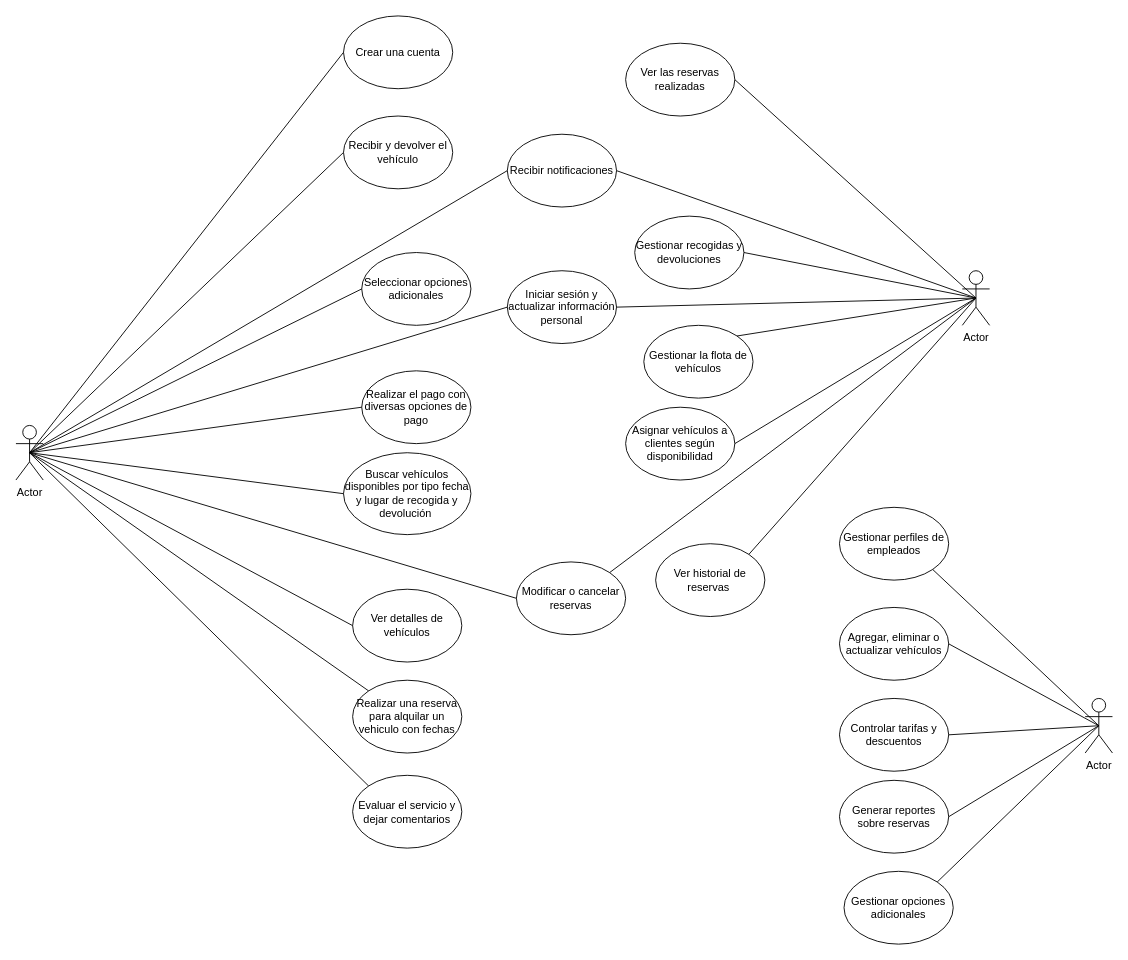
The draw.io diagram Caso de uso 3.drawio in Ash-code12/casos-de-uso, before the edit. Source tidied: cells renumbered, new cells numbered last; positions are measured from the earlier drawing's top-left corner, leaving out a move shared by most shapes. Both pictures are drawn from the tidied source at 91%, with x=0, y=0 at pixel (15, 15).
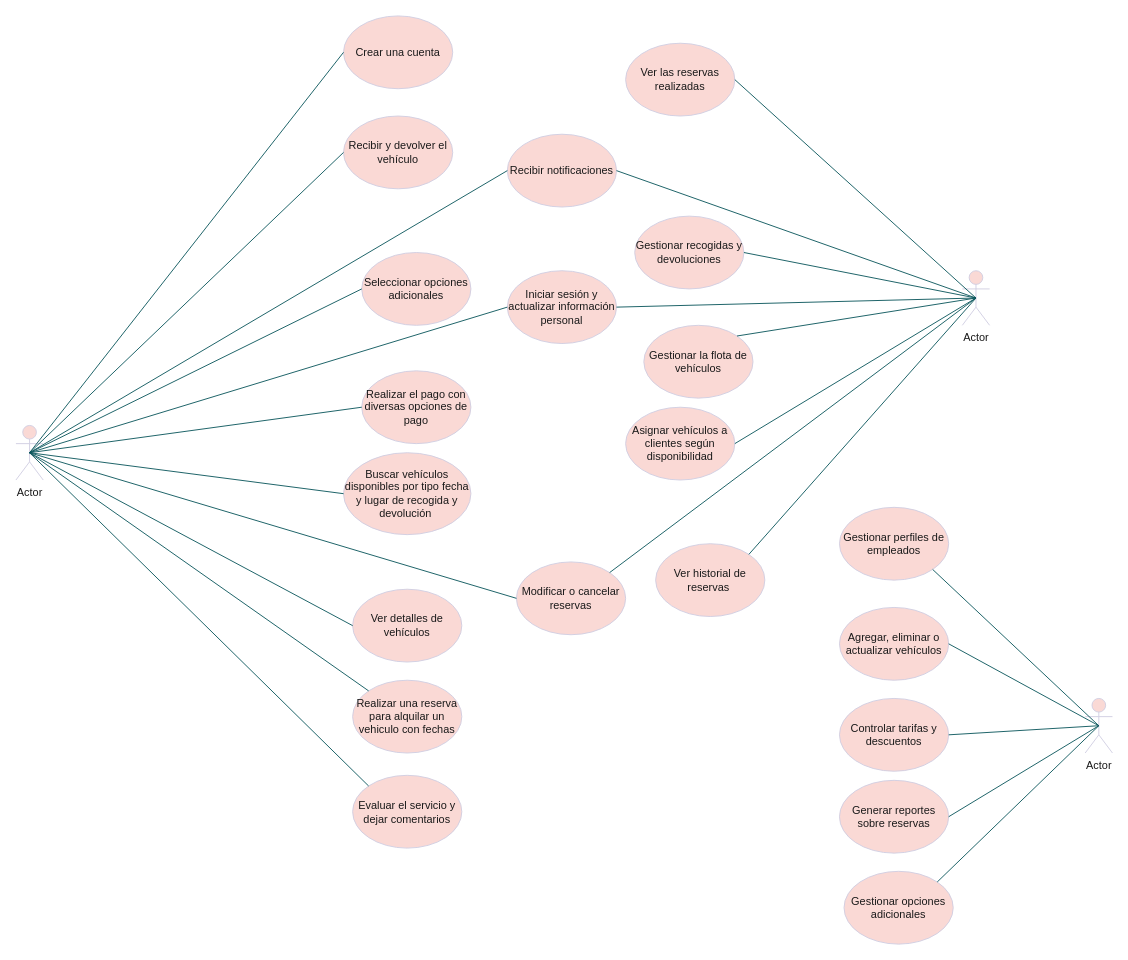
Above is the later version.

Commit message:
Actualizar Caso de uso 3.3.drawio

Change to the diagram source:
```diff
@@
-    <mxCell id="2" value="Actor" style="shape=umlActor;verticalLabelPosition=bottom;verticalAlign=top;html=1;outlineConnect=0;" parent="1" vertex="1">
+    <mxCell id="2" value="Actor" style="shape=umlActor;verticalLabelPosition=bottom;verticalAlign=top;html=1;outlineConnect=0;labelBackgroundColor=none;fillColor=#FAD9D5;strokeColor=#D0CEE2;fontColor=#1A1A1A;" parent="1" vertex="1">
       <mxGeometry y="450" width="30" height="60" as="geometry" />
     </mxCell>
-    <mxCell id="3" value="Actor" style="shape=umlActor;verticalLabelPosition=bottom;verticalAlign=top;html=1;outlineConnect=0;" parent="1" vertex="1">
+    <mxCell id="3" value="Actor" style="shape=umlActor;verticalLabelPosition=bottom;verticalAlign=top;html=1;outlineConnect=0;labelBackgroundColor=none;fillColor=#FAD9D5;strokeColor=#D0CEE2;fontColor=#1A1A1A;" parent="1" vertex="1">
       <mxGeometry x="1040" y="280" width="30" height="60" as="geometry" />
     </mxCell>
-    <mxCell id="4" value="Actor" style="shape=umlActor;verticalLabelPosition=bottom;verticalAlign=top;html=1;outlineConnect=0;" parent="1" vertex="1">
+    <mxCell id="4" value="Actor" style="shape=umlActor;verticalLabelPosition=bottom;verticalAlign=top;html=1;outlineConnect=0;labelBackgroundColor=none;fillColor=#FAD9D5;strokeColor=#D0CEE2;fontColor=#1A1A1A;" parent="1" vertex="1">
       <mxGeometry x="1175" y="750" width="30" height="60" as="geometry" />
     </mxCell>
-    <mxCell id="5" value="Crear una cuenta" style="ellipse;whiteSpace=wrap;html=1;" parent="1" vertex="1">
+    <mxCell id="5" value="Crear una cuenta" style="ellipse;whiteSpace=wrap;html=1;labelBackgroundColor=none;fillColor=#FAD9D5;strokeColor=#D0CEE2;fontColor=#1A1A1A;" parent="1" vertex="1">
       <mxGeometry x="360" width="120" height="80" as="geometry" />
     </mxCell>
-    <mxCell id="6" value="Iniciar sesión y actualizar información personal" style="ellipse;whiteSpace=wrap;html=1;" parent="1" vertex="1">
+    <mxCell id="6" value="Iniciar sesión y actualizar información personal" style="ellipse;whiteSpace=wrap;html=1;labelBackgroundColor=none;fillColor=#FAD9D5;strokeColor=#D0CEE2;fontColor=#1A1A1A;" parent="1" vertex="1">
       <mxGeometry x="540" y="280" width="120" height="80" as="geometry" />
     </mxCell>
-    <mxCell id="7" value="Buscar vehículos disponibles por tipo fecha y lugar de recogida y devolución&amp;nbsp;" style="ellipse;whiteSpace=wrap;html=1;" parent="1" vertex="1">
+    <mxCell id="7" value="Buscar vehículos disponibles por tipo fecha y lugar de recogida y devolución&amp;nbsp;" style="ellipse;whiteSpace=wrap;html=1;labelBackgroundColor=none;fillColor=#FAD9D5;strokeColor=#D0CEE2;fontColor=#1A1A1A;" parent="1" vertex="1">
       <mxGeometry x="360" y="480" width="140" height="90" as="geometry" />
     </mxCell>
-    <mxCell id="8" value="Ver detalles de vehículos" style="ellipse;whiteSpace=wrap;html=1;" parent="1" vertex="1">
+    <mxCell id="8" value="Ver detalles de vehículos" style="ellipse;whiteSpace=wrap;html=1;labelBackgroundColor=none;fillColor=#FAD9D5;strokeColor=#D0CEE2;fontColor=#1A1A1A;" parent="1" vertex="1">
       <mxGeometry x="370" y="630" width="120" height="80" as="geometry" />
     </mxCell>
-    <mxCell id="9" value="Recibir notificaciones" style="ellipse;whiteSpace=wrap;html=1;" parent="1" vertex="1">
+    <mxCell id="9" value="Recibir notificaciones" style="ellipse;whiteSpace=wrap;html=1;labelBackgroundColor=none;fillColor=#FAD9D5;strokeColor=#D0CEE2;fontColor=#1A1A1A;" parent="1" vertex="1">
       <mxGeometry x="540" y="130" width="120" height="80" as="geometry" />
     </mxCell>
-    <mxCell id="10" value="Realizar el pago con diversas opciones de pago" style="ellipse;whiteSpace=wrap;html=1;" parent="1" vertex="1">
+    <mxCell id="10" value="Realizar el pago con diversas opciones de pago" style="ellipse;whiteSpace=wrap;html=1;labelBackgroundColor=none;fillColor=#FAD9D5;strokeColor=#D0CEE2;fontColor=#1A1A1A;" parent="1" vertex="1">
       <mxGeometry x="380" y="390" width="120" height="80" as="geometry" />
     </mxCell>
-    <mxCell id="11" value="Seleccionar opciones adicionales" style="ellipse;whiteSpace=wrap;html=1;" parent="1" vertex="1">
+    <mxCell id="11" value="Seleccionar opciones adicionales" style="ellipse;whiteSpace=wrap;html=1;labelBackgroundColor=none;fillColor=#FAD9D5;strokeColor=#D0CEE2;fontColor=#1A1A1A;" parent="1" vertex="1">
       <mxGeometry x="380" y="260" width="120" height="80" as="geometry" />
     </mxCell>
-    <mxCell id="12" value="Realizar una reserva para alquilar un vehiculo con fechas" style="ellipse;whiteSpace=wrap;html=1;" parent="1" vertex="1">
+    <mxCell id="12" value="Realizar una reserva para alquilar un vehiculo con fechas" style="ellipse;whiteSpace=wrap;html=1;labelBackgroundColor=none;fillColor=#FAD9D5;strokeColor=#D0CEE2;fontColor=#1A1A1A;" parent="1" vertex="1">
       <mxGeometry x="370" y="730" width="120" height="80" as="geometry" />
     </mxCell>
-    <mxCell id="13" value="Modificar o cancelar reservas" style="ellipse;whiteSpace=wrap;html=1;" parent="1" vertex="1">
+    <mxCell id="13" value="Modificar o cancelar reservas" style="ellipse;whiteSpace=wrap;html=1;labelBackgroundColor=none;fillColor=#FAD9D5;strokeColor=#D0CEE2;fontColor=#1A1A1A;" parent="1" vertex="1">
       <mxGeometry x="550" y="600" width="120" height="80" as="geometry" />
     </mxCell>
-    <mxCell id="14" value="Recibir y devolver el vehículo" style="ellipse;whiteSpace=wrap;html=1;" parent="1" vertex="1">
+    <mxCell id="14" value="Recibir y devolver el vehículo" style="ellipse;whiteSpace=wrap;html=1;labelBackgroundColor=none;fillColor=#FAD9D5;strokeColor=#D0CEE2;fontColor=#1A1A1A;" parent="1" vertex="1">
       <mxGeometry x="360" y="110" width="120" height="80" as="geometry" />
     </mxCell>
-    <mxCell id="15" value="Evaluar el servicio y dejar comentarios" style="ellipse;whiteSpace=wrap;html=1;" parent="1" vertex="1">
+    <mxCell id="15" value="Evaluar el servicio y dejar comentarios" style="ellipse;whiteSpace=wrap;html=1;labelBackgroundColor=none;fillColor=#FAD9D5;strokeColor=#D0CEE2;fontColor=#1A1A1A;" parent="1" vertex="1">
       <mxGeometry x="370" y="834.5" width="120" height="80" as="geometry" />
     </mxCell>
-    <mxCell id="16" value="Ver las reservas realizadas" style="ellipse;whiteSpace=wrap;html=1;" parent="1" vertex="1">
+    <mxCell id="16" value="Ver las reservas realizadas" style="ellipse;whiteSpace=wrap;html=1;labelBackgroundColor=none;fillColor=#FAD9D5;strokeColor=#D0CEE2;fontColor=#1A1A1A;" parent="1" vertex="1">
       <mxGeometry x="670" y="30" width="120" height="80" as="geometry" />
     </mxCell>
-    <mxCell id="17" value="Gestionar recogidas y devoluciones" style="ellipse;whiteSpace=wrap;html=1;" parent="1" vertex="1">
+    <mxCell id="17" value="Gestionar recogidas y devoluciones" style="ellipse;whiteSpace=wrap;html=1;labelBackgroundColor=none;fillColor=#FAD9D5;strokeColor=#D0CEE2;fontColor=#1A1A1A;" parent="1" vertex="1">
       <mxGeometry x="680" y="220" width="120" height="80" as="geometry" />
     </mxCell>
-    <mxCell id="18" value="Gestionar la flota de vehículos" style="ellipse;whiteSpace=wrap;html=1;" parent="1" vertex="1">
+    <mxCell id="18" value="Gestionar la flota de vehículos" style="ellipse;whiteSpace=wrap;html=1;labelBackgroundColor=none;fillColor=#FAD9D5;strokeColor=#D0CEE2;fontColor=#1A1A1A;" parent="1" vertex="1">
       <mxGeometry x="690" y="340" width="120" height="80" as="geometry" />
     </mxCell>
-    <mxCell id="19" value="Asignar vehículos a clientes según disponibilidad" style="ellipse;whiteSpace=wrap;html=1;" parent="1" vertex="1">
+    <mxCell id="19" value="Asignar vehículos a clientes según disponibilidad" style="ellipse;whiteSpace=wrap;html=1;labelBackgroundColor=none;fillColor=#FAD9D5;strokeColor=#D0CEE2;fontColor=#1A1A1A;" parent="1" vertex="1">
       <mxGeometry x="670" y="430" width="120" height="80" as="geometry" />
     </mxCell>
-    <mxCell id="20" value="Ver historial de reservas&amp;nbsp;" style="ellipse;whiteSpace=wrap;html=1;" parent="1" vertex="1">
+    <mxCell id="20" value="Ver historial de reservas&amp;nbsp;" style="ellipse;whiteSpace=wrap;html=1;labelBackgroundColor=none;fillColor=#FAD9D5;strokeColor=#D0CEE2;fontColor=#1A1A1A;" parent="1" vertex="1">
       <mxGeometry x="703" y="580" width="120" height="80" as="geometry" />
     </mxCell>
-    <mxCell id="21" value="Gestionar perfiles de empleados" style="ellipse;whiteSpace=wrap;html=1;" parent="1" vertex="1">
+    <mxCell id="21" value="Gestionar perfiles de empleados" style="ellipse;whiteSpace=wrap;html=1;labelBackgroundColor=none;fillColor=#FAD9D5;strokeColor=#D0CEE2;fontColor=#1A1A1A;" parent="1" vertex="1">
       <mxGeometry x="905" y="540" width="120" height="80" as="geometry" />
     </mxCell>
-    <mxCell id="22" value="Agregar, eliminar o actualizar vehículos" style="ellipse;whiteSpace=wrap;html=1;" parent="1" vertex="1">
+    <mxCell id="22" value="Agregar, eliminar o actualizar vehículos" style="ellipse;whiteSpace=wrap;html=1;labelBackgroundColor=none;fillColor=#FAD9D5;strokeColor=#D0CEE2;fontColor=#1A1A1A;" parent="1" vertex="1">
       <mxGeometry x="905" y="650" width="120" height="80" as="geometry" />
     </mxCell>
-    <mxCell id="23" value="Controlar tarifas y descuentos" style="ellipse;whiteSpace=wrap;html=1;" parent="1" vertex="1">
+    <mxCell id="23" value="Controlar tarifas y descuentos" style="ellipse;whiteSpace=wrap;html=1;labelBackgroundColor=none;fillColor=#FAD9D5;strokeColor=#D0CEE2;fontColor=#1A1A1A;" parent="1" vertex="1">
       <mxGeometry x="905" y="750" width="120" height="80" as="geometry" />
     </mxCell>
-    <mxCell id="24" value="Generar reportes sobre reservas" style="ellipse;whiteSpace=wrap;html=1;" parent="1" vertex="1">
+    <mxCell id="24" value="Generar reportes sobre reservas" style="ellipse;whiteSpace=wrap;html=1;labelBackgroundColor=none;fillColor=#FAD9D5;strokeColor=#D0CEE2;fontColor=#1A1A1A;" parent="1" vertex="1">
       <mxGeometry x="905" y="840" width="120" height="80" as="geometry" />
     </mxCell>
-    <mxCell id="25" value="Gestionar opciones adicionales" style="ellipse;whiteSpace=wrap;html=1;" parent="1" vertex="1">
+    <mxCell id="25" value="Gestionar opciones adicionales" style="ellipse;whiteSpace=wrap;html=1;labelBackgroundColor=none;fillColor=#FAD9D5;strokeColor=#D0CEE2;fontColor=#1A1A1A;" parent="1" vertex="1">
       <mxGeometry x="910" y="940" width="120" height="80" as="geometry" />
     </mxCell>
-    <mxCell id="26" style="endArrow=none;html=1;rounded=0;entryX=0;entryY=0.5;entryDx=0;entryDy=0;exitX=0.5;exitY=0.5;exitDx=0;exitDy=0;exitPerimeter=0;" parent="1" edge="1" source="2" target="5">
+    <mxCell id="26" style="endArrow=none;html=1;rounded=0;entryX=0;entryY=0.5;entryDx=0;entryDy=0;exitX=0.5;exitY=0.5;exitDx=0;exitDy=0;exitPerimeter=0;labelBackgroundColor=none;strokeColor=#09555B;fontColor=default;" parent="1" edge="1" source="2" target="5">
       <mxGeometry relative="1" as="geometry" />
     </mxCell>
-    <mxCell id="27" style="endArrow=none;html=1;rounded=0;entryX=0;entryY=0.5;entryDx=0;entryDy=0;exitX=0.5;exitY=0.5;exitDx=0;exitDy=0;exitPerimeter=0;" parent="1" edge="1" source="2" target="11">
+    <mxCell id="27" style="endArrow=none;html=1;rounded=0;entryX=0;entryY=0.5;entryDx=0;entryDy=0;exitX=0.5;exitY=0.5;exitDx=0;exitDy=0;exitPerimeter=0;labelBackgroundColor=none;strokeColor=#09555B;fontColor=default;" parent="1" edge="1" source="2" target="11">
       <mxGeometry relative="1" as="geometry" />
     </mxCell>
-    <mxCell id="28" style="endArrow=none;html=1;rounded=0;entryX=0.5;entryY=0.5;entryDx=0;entryDy=0;entryPerimeter=0;exitX=0;exitY=0.5;exitDx=0;exitDy=0;" parent="1" edge="1" source="7" target="2">
+    <mxCell id="28" style="endArrow=none;html=1;rounded=0;entryX=0.5;entryY=0.5;entryDx=0;entryDy=0;entryPerimeter=0;exitX=0;exitY=0.5;exitDx=0;exitDy=0;labelBackgroundColor=none;strokeColor=#09555B;fontColor=default;" parent="1" edge="1" source="7" target="2">
       <mxGeometry relative="1" as="geometry" />
     </mxCell>
-    <mxCell id="29" style="endArrow=none;html=1;rounded=0;entryX=0.5;entryY=0.5;entryDx=0;entryDy=0;entryPerimeter=0;exitX=0;exitY=0.5;exitDx=0;exitDy=0;" parent="1" edge="1" source="8" target="2">
+    <mxCell id="29" style="endArrow=none;html=1;rounded=0;entryX=0.5;entryY=0.5;entryDx=0;entryDy=0;entryPerimeter=0;exitX=0;exitY=0.5;exitDx=0;exitDy=0;labelBackgroundColor=none;strokeColor=#09555B;fontColor=default;" parent="1" edge="1" source="8" target="2">
       <mxGeometry relative="1" as="geometry" />
     </mxCell>
-    <mxCell id="30" style="endArrow=none;html=1;rounded=0;entryX=0.5;entryY=0.5;entryDx=0;entryDy=0;entryPerimeter=0;exitX=0;exitY=0.5;exitDx=0;exitDy=0;" parent="1" edge="1" source="10" target="2">
+    <mxCell id="30" style="endArrow=none;html=1;rounded=0;entryX=0.5;entryY=0.5;entryDx=0;entryDy=0;entryPerimeter=0;exitX=0;exitY=0.5;exitDx=0;exitDy=0;labelBackgroundColor=none;strokeColor=#09555B;fontColor=default;" parent="1" edge="1" source="10" target="2">
       <mxGeometry relative="1" as="geometry" />
     </mxCell>
-    <mxCell id="31" style="endArrow=none;html=1;rounded=0;entryX=0.5;entryY=0.5;entryDx=0;entryDy=0;entryPerimeter=0;exitX=0;exitY=0;exitDx=0;exitDy=0;" parent="1" edge="1" source="12" target="2">
+    <mxCell id="31" style="endArrow=none;html=1;rounded=0;entryX=0.5;entryY=0.5;entryDx=0;entryDy=0;entryPerimeter=0;exitX=0;exitY=0;exitDx=0;exitDy=0;labelBackgroundColor=none;strokeColor=#09555B;fontColor=default;" parent="1" edge="1" source="12" target="2">
       <mxGeometry relative="1" as="geometry" />
     </mxCell>
-    <mxCell id="32" style="endArrow=none;html=1;rounded=0;entryX=0;entryY=0.5;entryDx=0;entryDy=0;exitX=0.5;exitY=0.5;exitDx=0;exitDy=0;exitPerimeter=0;" parent="1" edge="1" source="2" target="14">
+    <mxCell id="32" style="endArrow=none;html=1;rounded=0;entryX=0;entryY=0.5;entryDx=0;entryDy=0;exitX=0.5;exitY=0.5;exitDx=0;exitDy=0;exitPerimeter=0;labelBackgroundColor=none;strokeColor=#09555B;fontColor=default;" parent="1" edge="1" source="2" target="14">
       <mxGeometry relative="1" as="geometry" />
     </mxCell>
-    <mxCell id="33" style="endArrow=none;html=1;rounded=0;entryX=0.5;entryY=0.5;entryDx=0;entryDy=0;entryPerimeter=0;exitX=1;exitY=0.5;exitDx=0;exitDy=0;" parent="1" edge="1" source="16" target="3">
+    <mxCell id="33" style="endArrow=none;html=1;rounded=0;entryX=0.5;entryY=0.5;entryDx=0;entryDy=0;entryPerimeter=0;exitX=1;exitY=0.5;exitDx=0;exitDy=0;labelBackgroundColor=none;strokeColor=#09555B;fontColor=default;" parent="1" edge="1" source="16" target="3">
       <mxGeometry relative="1" as="geometry" />
     </mxCell>
-    <mxCell id="34" style="endArrow=none;html=1;rounded=0;entryX=0.5;entryY=0.5;entryDx=0;entryDy=0;entryPerimeter=0;exitX=1;exitY=0.5;exitDx=0;exitDy=0;" parent="1" edge="1" source="17" target="3">
+    <mxCell id="34" style="endArrow=none;html=1;rounded=0;entryX=0.5;entryY=0.5;entryDx=0;entryDy=0;entryPerimeter=0;exitX=1;exitY=0.5;exitDx=0;exitDy=0;labelBackgroundColor=none;strokeColor=#09555B;fontColor=default;" parent="1" edge="1" source="17" target="3">
       <mxGeometry relative="1" as="geometry" />
     </mxCell>
-    <mxCell id="35" style="endArrow=none;html=1;rounded=0;entryX=0.5;entryY=0.5;entryDx=0;entryDy=0;entryPerimeter=0;exitX=1;exitY=0.5;exitDx=0;exitDy=0;" parent="1" edge="1" source="9" target="3">
+    <mxCell id="35" style="endArrow=none;html=1;rounded=0;entryX=0.5;entryY=0.5;entryDx=0;entryDy=0;entryPerimeter=0;exitX=1;exitY=0.5;exitDx=0;exitDy=0;labelBackgroundColor=none;strokeColor=#09555B;fontColor=default;" parent="1" edge="1" source="9" target="3">
       <mxGeometry relative="1" as="geometry" />
     </mxCell>
-    <mxCell id="36" style="endArrow=none;html=1;rounded=0;entryX=0.5;entryY=0.5;entryDx=0;entryDy=0;entryPerimeter=0;exitX=1;exitY=0.5;exitDx=0;exitDy=0;" parent="1" edge="1" source="6" target="3">
+    <mxCell id="36" style="endArrow=none;html=1;rounded=0;entryX=0.5;entryY=0.5;entryDx=0;entryDy=0;entryPerimeter=0;exitX=1;exitY=0.5;exitDx=0;exitDy=0;labelBackgroundColor=none;strokeColor=#09555B;fontColor=default;" parent="1" edge="1" source="6" target="3">
       <mxGeometry relative="1" as="geometry" />
     </mxCell>
-    <mxCell id="37" style="endArrow=none;html=1;rounded=0;entryX=0.5;entryY=0.5;entryDx=0;entryDy=0;entryPerimeter=0;exitX=1;exitY=0;exitDx=0;exitDy=0;" parent="1" edge="1" source="18" target="3">
+    <mxCell id="37" style="endArrow=none;html=1;rounded=0;entryX=0.5;entryY=0.5;entryDx=0;entryDy=0;entryPerimeter=0;exitX=1;exitY=0;exitDx=0;exitDy=0;labelBackgroundColor=none;strokeColor=#09555B;fontColor=default;" parent="1" edge="1" source="18" target="3">
       <mxGeometry relative="1" as="geometry" />
     </mxCell>
-    <mxCell id="38" style="endArrow=none;html=1;rounded=0;entryX=0.5;entryY=0.5;entryDx=0;entryDy=0;entryPerimeter=0;exitX=1;exitY=0.5;exitDx=0;exitDy=0;" parent="1" edge="1" source="19" target="3">
+    <mxCell id="38" style="endArrow=none;html=1;rounded=0;entryX=0.5;entryY=0.5;entryDx=0;entryDy=0;entryPerimeter=0;exitX=1;exitY=0.5;exitDx=0;exitDy=0;labelBackgroundColor=none;strokeColor=#09555B;fontColor=default;" parent="1" edge="1" source="19" target="3">
       <mxGeometry relative="1" as="geometry" />
     </mxCell>
-    <mxCell id="39" style="endArrow=none;html=1;rounded=0;entryX=0.5;entryY=0.5;entryDx=0;entryDy=0;entryPerimeter=0;exitX=1;exitY=0;exitDx=0;exitDy=0;" parent="1" edge="1" source="13" target="3">
+    <mxCell id="39" style="endArrow=none;html=1;rounded=0;entryX=0.5;entryY=0.5;entryDx=0;entryDy=0;entryPerimeter=0;exitX=1;exitY=0;exitDx=0;exitDy=0;labelBackgroundColor=none;strokeColor=#09555B;fontColor=default;" parent="1" edge="1" source="13" target="3">
       <mxGeometry relative="1" as="geometry" />
     </mxCell>
-    <mxCell id="40" style="endArrow=none;html=1;rounded=0;entryX=0.5;entryY=0.5;entryDx=0;entryDy=0;entryPerimeter=0;exitX=1;exitY=0;exitDx=0;exitDy=0;" parent="1" edge="1" source="20" target="3">
+    <mxCell id="40" style="endArrow=none;html=1;rounded=0;entryX=0.5;entryY=0.5;entryDx=0;entryDy=0;entryPerimeter=0;exitX=1;exitY=0;exitDx=0;exitDy=0;labelBackgroundColor=none;strokeColor=#09555B;fontColor=default;" parent="1" edge="1" source="20" target="3">
       <mxGeometry relative="1" as="geometry" />
     </mxCell>
-    <mxCell id="41" style="endArrow=none;html=1;rounded=0;entryX=0;entryY=0.5;entryDx=0;entryDy=0;exitX=0.5;exitY=0.5;exitDx=0;exitDy=0;exitPerimeter=0;" parent="1" edge="1" source="2" target="9">
+    <mxCell id="41" style="endArrow=none;html=1;rounded=0;entryX=0;entryY=0.5;entryDx=0;entryDy=0;exitX=0.5;exitY=0.5;exitDx=0;exitDy=0;exitPerimeter=0;labelBackgroundColor=none;strokeColor=#09555B;fontColor=default;" parent="1" edge="1" source="2" target="9">
       <mxGeometry relative="1" as="geometry" />
     </mxCell>
-    <mxCell id="42" style="endArrow=none;html=1;rounded=0;entryX=0;entryY=0.5;entryDx=0;entryDy=0;exitX=0.5;exitY=0.5;exitDx=0;exitDy=0;exitPerimeter=0;" parent="1" edge="1" source="2" target="6">
+    <mxCell id="42" style="endArrow=none;html=1;rounded=0;entryX=0;entryY=0.5;entryDx=0;entryDy=0;exitX=0.5;exitY=0.5;exitDx=0;exitDy=0;exitPerimeter=0;labelBackgroundColor=none;strokeColor=#09555B;fontColor=default;" parent="1" edge="1" source="2" target="6">
       <mxGeometry relative="1" as="geometry" />
     </mxCell>
-    <mxCell id="43" style="endArrow=none;html=1;rounded=0;entryX=0;entryY=0.5;entryDx=0;entryDy=0;exitX=0.5;exitY=0.5;exitDx=0;exitDy=0;exitPerimeter=0;" parent="1" edge="1" source="2" target="13">
+    <mxCell id="43" style="endArrow=none;html=1;rounded=0;entryX=0;entryY=0.5;entryDx=0;entryDy=0;exitX=0.5;exitY=0.5;exitDx=0;exitDy=0;exitPerimeter=0;labelBackgroundColor=none;strokeColor=#09555B;fontColor=default;" parent="1" edge="1" source="2" target="13">
       <mxGeometry relative="1" as="geometry" />
     </mxCell>
-    <mxCell id="44" style="endArrow=none;html=1;rounded=0;exitX=0;exitY=0;exitDx=0;exitDy=0;entryX=0.5;entryY=0.5;entryDx=0;entryDy=0;entryPerimeter=0;" parent="1" edge="1" source="15" target="2">
+    <mxCell id="44" style="endArrow=none;html=1;rounded=0;exitX=0;exitY=0;exitDx=0;exitDy=0;entryX=0.5;entryY=0.5;entryDx=0;entryDy=0;entryPerimeter=0;labelBackgroundColor=none;strokeColor=#09555B;fontColor=default;" parent="1" edge="1" source="15" target="2">
       <mxGeometry relative="1" as="geometry" />
     </mxCell>
-    <mxCell id="45" style="endArrow=none;html=1;rounded=0;entryX=1;entryY=1;entryDx=0;entryDy=0;exitX=0.5;exitY=0.5;exitDx=0;exitDy=0;exitPerimeter=0;" parent="1" edge="1" source="4" target="21">
+    <mxCell id="45" style="endArrow=none;html=1;rounded=0;entryX=1;entryY=1;entryDx=0;entryDy=0;exitX=0.5;exitY=0.5;exitDx=0;exitDy=0;exitPerimeter=0;labelBackgroundColor=none;strokeColor=#09555B;fontColor=default;" parent="1" edge="1" source="4" target="21">
       <mxGeometry relative="1" as="geometry" />
     </mxCell>
-    <mxCell id="46" style="endArrow=none;html=1;rounded=0;entryX=1;entryY=0.5;entryDx=0;entryDy=0;exitX=0.5;exitY=0.5;exitDx=0;exitDy=0;exitPerimeter=0;" parent="1" edge="1" source="4" target="22">
+    <mxCell id="46" style="endArrow=none;html=1;rounded=0;entryX=1;entryY=0.5;entryDx=0;entryDy=0;exitX=0.5;exitY=0.5;exitDx=0;exitDy=0;exitPerimeter=0;labelBackgroundColor=none;strokeColor=#09555B;fontColor=default;" parent="1" edge="1" source="4" target="22">
       <mxGeometry relative="1" as="geometry" />
     </mxCell>
-    <mxCell id="47" style="endArrow=none;html=1;rounded=0;entryX=1;entryY=0.5;entryDx=0;entryDy=0;exitX=0.5;exitY=0.5;exitDx=0;exitDy=0;exitPerimeter=0;" parent="1" edge="1" source="4" target="23">
+    <mxCell id="47" style="endArrow=none;html=1;rounded=0;entryX=1;entryY=0.5;entryDx=0;entryDy=0;exitX=0.5;exitY=0.5;exitDx=0;exitDy=0;exitPerimeter=0;labelBackgroundColor=none;strokeColor=#09555B;fontColor=default;" parent="1" edge="1" source="4" target="23">
       <mxGeometry relative="1" as="geometry" />
     </mxCell>
-    <mxCell id="48" style="endArrow=none;html=1;rounded=0;exitX=1;exitY=0.5;exitDx=0;exitDy=0;entryX=0.5;entryY=0.5;entryDx=0;entryDy=0;entryPerimeter=0;" parent="1" edge="1" source="24" target="4">
+    <mxCell id="48" style="endArrow=none;html=1;rounded=0;exitX=1;exitY=0.5;exitDx=0;exitDy=0;entryX=0.5;entryY=0.5;entryDx=0;entryDy=0;entryPerimeter=0;labelBackgroundColor=none;strokeColor=#09555B;fontColor=default;" parent="1" edge="1" source="24" target="4">
       <mxGeometry relative="1" as="geometry" />
     </mxCell>
-    <mxCell id="49" style="endArrow=none;html=1;rounded=0;entryX=0.5;entryY=0.5;entryDx=0;entryDy=0;entryPerimeter=0;exitX=1;exitY=0;exitDx=0;exitDy=0;" parent="1" edge="1" source="25" target="4">
+    <mxCell id="49" style="endArrow=none;html=1;rounded=0;entryX=0.5;entryY=0.5;entryDx=0;entryDy=0;entryPerimeter=0;exitX=1;exitY=0;exitDx=0;exitDy=0;labelBackgroundColor=none;strokeColor=#09555B;fontColor=default;" parent="1" edge="1" source="25" target="4">
       <mxGeometry relative="1" as="geometry" />
     </mxCell>
```
